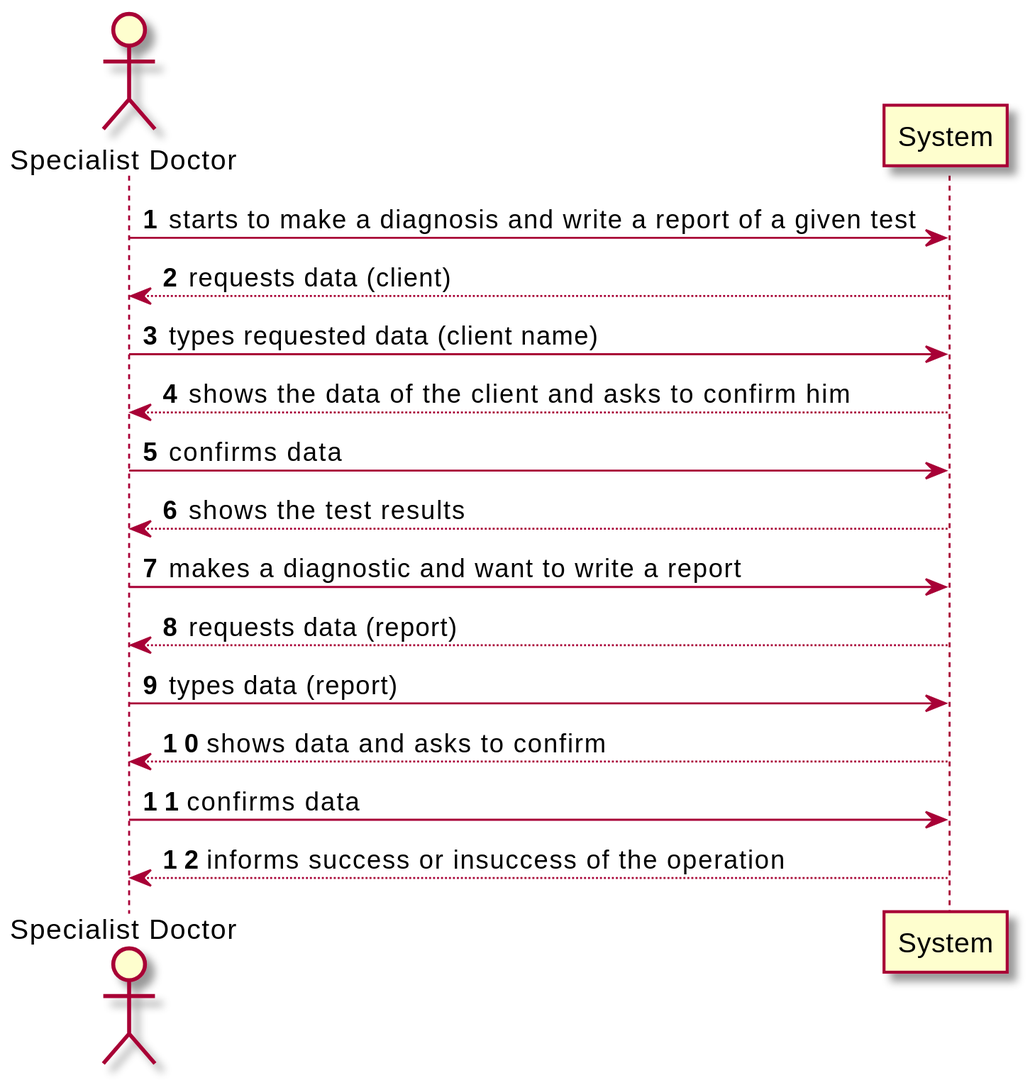
jsmarques98/LAPR2-ISEP keeps this PlantUML diagram as docs/SprintC/US14/US14_SSD.svg. Above is the earlier version.
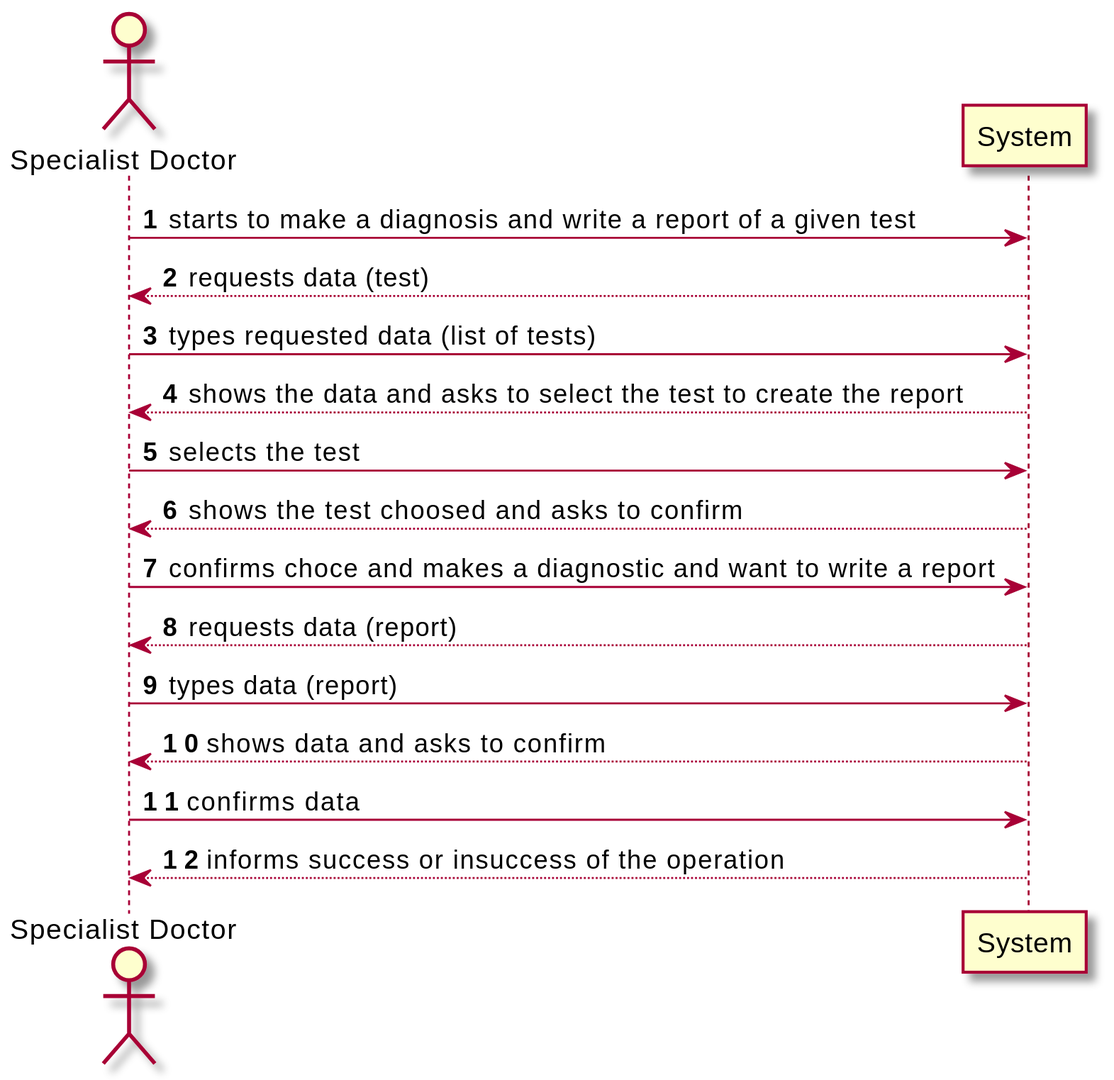
After the commit.

Diff of the diagram source:
```diff
@@ -5,15 +5,15 @@
 actor  "Specialist Doctor" as Spec
 
 Spec -> System: starts to make a diagnosis and write a report of a given test
-System --> Spec: requests data (client)
+System --> Spec: requests data (test)
 
-Spec -> System: types requested data (client name)
-System --> Spec: shows the data of the client and asks to confirm him
+Spec -> System: types requested data (list of tests)
+System --> Spec: shows the data and asks to select the test to create the report
 
-Spec -> System: confirms data
-System --> Spec: shows the test results
+Spec -> System: selects the test
+System --> Spec: shows the test choosed and asks to confirm
 
-Spec -> System: makes a diagnostic and want to write a report
+Spec -> System: confirms choce and makes a diagnostic and want to write a report
 System --> Spec: requests data (report)
 
 Spec -> System: types data (report)
```
